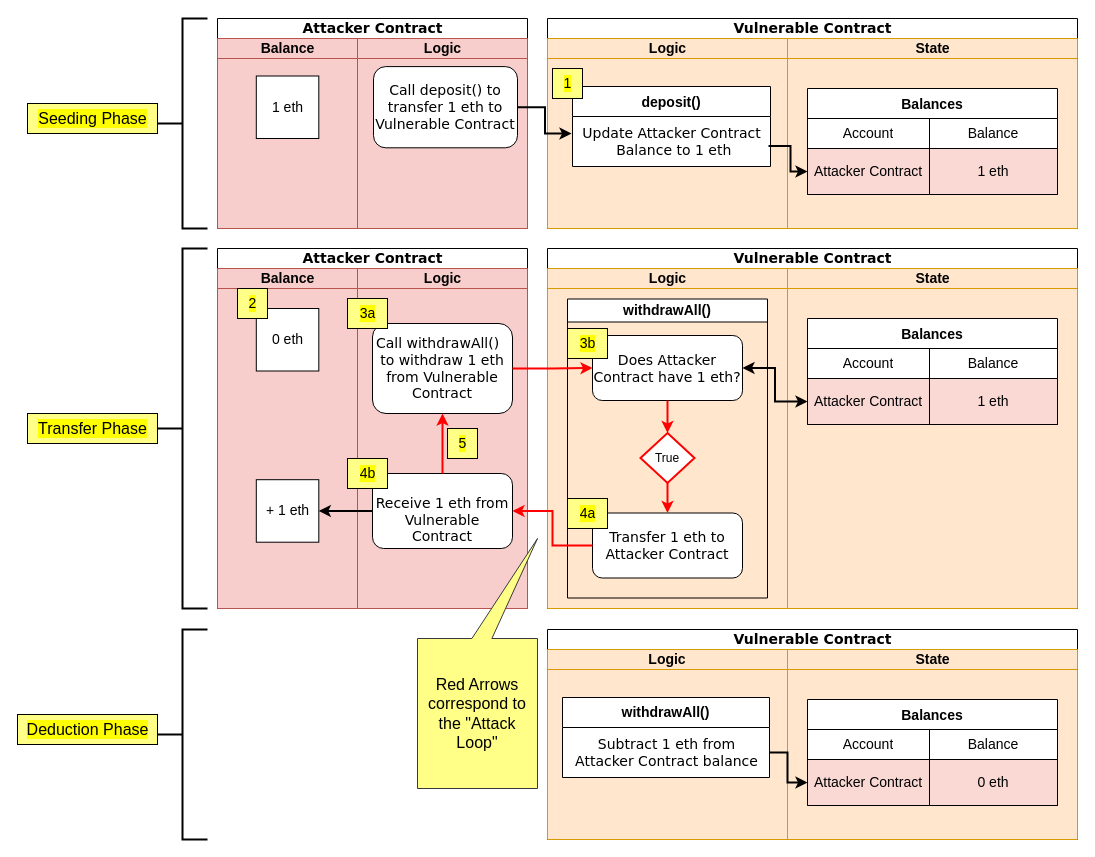
Before: apps/website/static/img/tutorials/reentrancy-fundamentals/theory.drawio in blockbash/blockbash, a draw.io diagram. Source tidied: cells renumbered, new cells numbered last; positions are measured from the earlier drawing's top-left corner, leaving out a move shared by most shapes. Both pictures are drawn from the tidied source at 100%, with x=0, y=0 at pixel (17, 18).
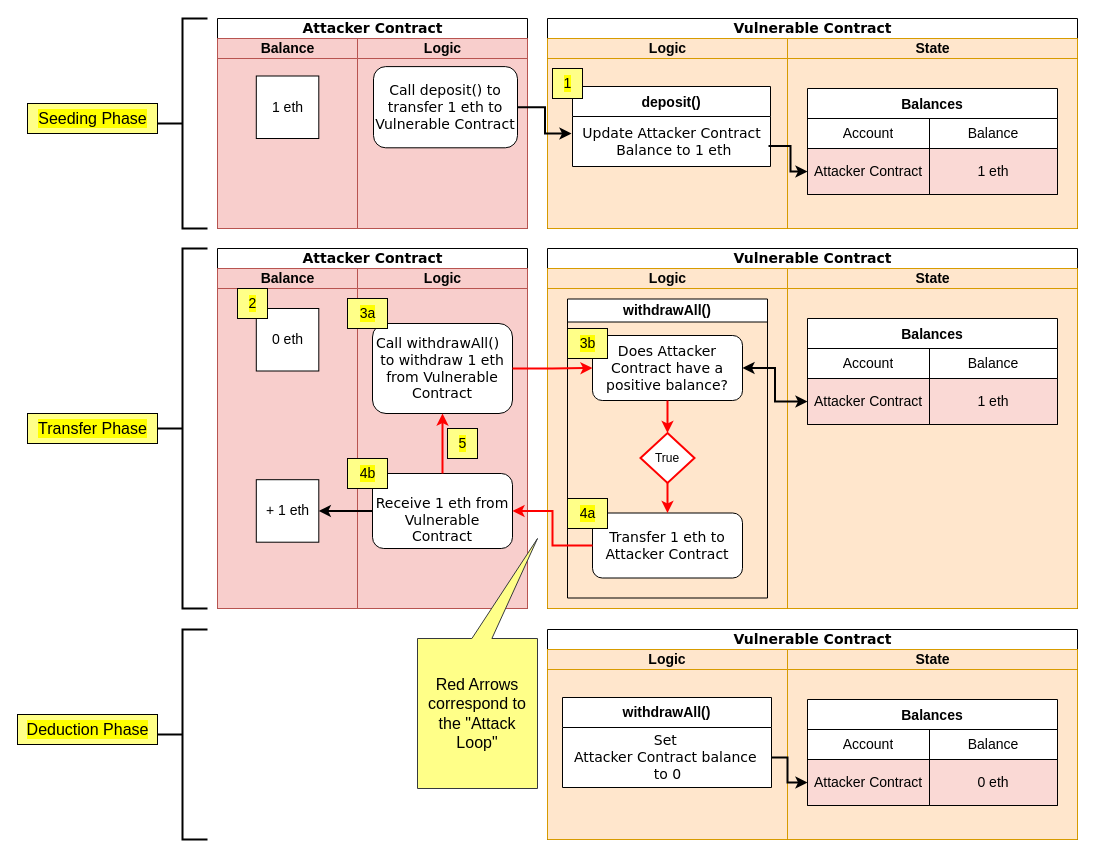
Above is the later version.

Unchanged cells that the change refers to:
```xml
<mxCell id="17" value="&lt;font style=&quot;font-size: 14px;&quot;&gt;withdrawAll()&lt;/font&gt;" style="swimlane;whiteSpace=wrap;html=1;labelBackgroundColor=none;" parent="16" vertex="1">
  <mxGeometry x="20" y="30.5" width="200" height="299" as="geometry" />
</mxCell>
<mxCell id="66" value="&lt;font style=&quot;font-size: 14px;&quot;&gt;Logic&lt;/font&gt;" style="swimlane;html=1;startSize=20;fillColor=#FFE6CC;strokeColor=#d79b00;fontSize=12;whiteSpace=wrap;" parent="62" vertex="1">
  <mxGeometry y="20" width="240" height="190" as="geometry" />
</mxCell>
```

What changed in the source:
```diff
@@
-    <mxCell id="18" value="&lt;font style=&quot;font-size: 14px;&quot;&gt;Does Attacker Contract have 1 eth?&lt;/font&gt;" style="rounded=1;whiteSpace=wrap;html=1;shadow=0;labelBackgroundColor=none;strokeWidth=1;fontFamily=Verdana;fontSize=14;align=center;numbered=0;" parent="17" vertex="1">
+    <mxCell id="18" value="&lt;font style=&quot;font-size: 14px;&quot;&gt;Does Attacker Contract have a positive balance?&lt;/font&gt;" style="rounded=1;whiteSpace=wrap;html=1;shadow=0;labelBackgroundColor=none;strokeWidth=1;fontFamily=Verdana;fontSize=14;align=center;numbered=0;" parent="17" vertex="1">
       <mxGeometry x="25" y="36.5" width="150" height="65" as="geometry" />
     </mxCell>
@@
     <mxCell id="67" value="withdrawAll()" style="swimlane;fontStyle=1;horizontal=1;startSize=30;fillColor=#ffffff;swimlaneFillColor=#ffffff;fontSize=14;html=1;whiteSpace=wrap;" parent="66" vertex="1">
-      <mxGeometry x="15" y="48" width="207" height="80" as="geometry" />
+      <mxGeometry x="15" y="48" width="209" height="90" as="geometry" />
     </mxCell>
-    <mxCell id="68" value="&lt;div&gt;&lt;font face=&quot;Verdana&quot;&gt;&lt;span style=&quot;font-size: 14px;&quot;&gt;Subtract 1 eth from&lt;/span&gt;&lt;/font&gt;&lt;/div&gt;&lt;div&gt;&lt;font face=&quot;Verdana&quot;&gt;&lt;span style=&quot;font-size: 14px;&quot;&gt;Attacker Contract balance&lt;/span&gt;&lt;/font&gt;&lt;/div&gt;" style="text;html=1;align=center;verticalAlign=middle;points=[];strokeColor=none;fillColor=none;" parent="67" vertex="1">
-      <mxGeometry y="30" width="207" height="50" as="geometry" />
+    <mxCell id="68" value="&lt;div&gt;&lt;font face=&quot;Verdana&quot;&gt;&lt;span style=&quot;font-size: 14px;&quot;&gt;Set&amp;nbsp;&lt;/span&gt;&lt;/font&gt;&lt;/div&gt;&lt;div&gt;&lt;span style=&quot;font-size: 14px; font-family: Verdana; background-color: initial;&quot;&gt;Attacker Contract balance&amp;nbsp;&lt;/span&gt;&lt;/div&gt;&lt;div&gt;&lt;span style=&quot;font-size: 14px; font-family: Verdana; background-color: initial;&quot;&gt;to 0&lt;/span&gt;&lt;/div&gt;" style="text;html=1;align=center;verticalAlign=middle;points=[];strokeColor=none;fillColor=none;" parent="67" vertex="1">
+      <mxGeometry y="30" width="209" height="60" as="geometry" />
     </mxCell>
```
